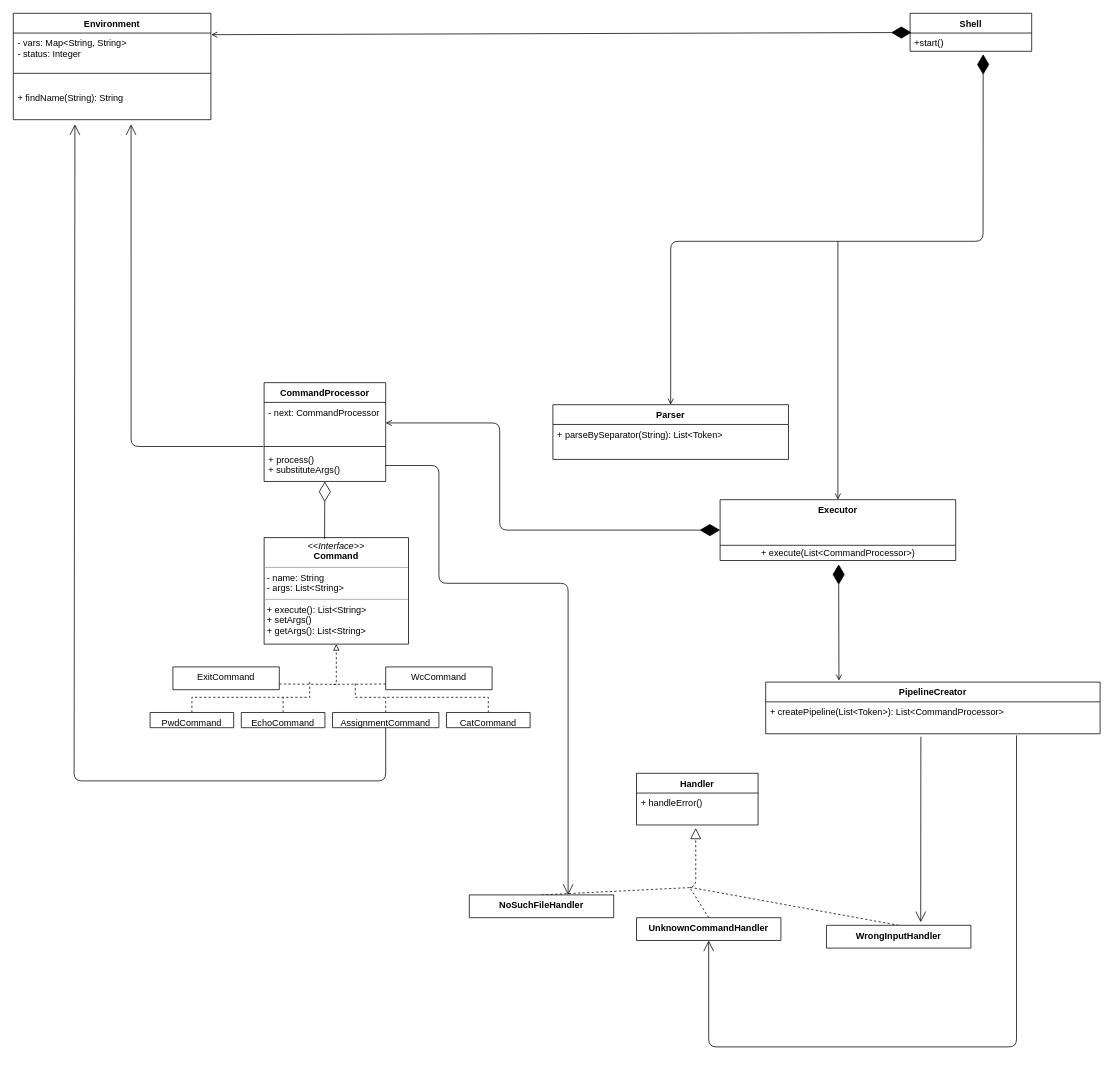
Before: Untitled Diagram.drawio in leoneed03/JB, a draw.io diagram. Source tidied: cells renumbered, new cells numbered last; positions are measured from the earlier drawing's top-left corner, leaving out a move shared by most shapes. Both pictures are drawn from the tidied source at 76%, with x=0, y=0 at pixel (13, 13).
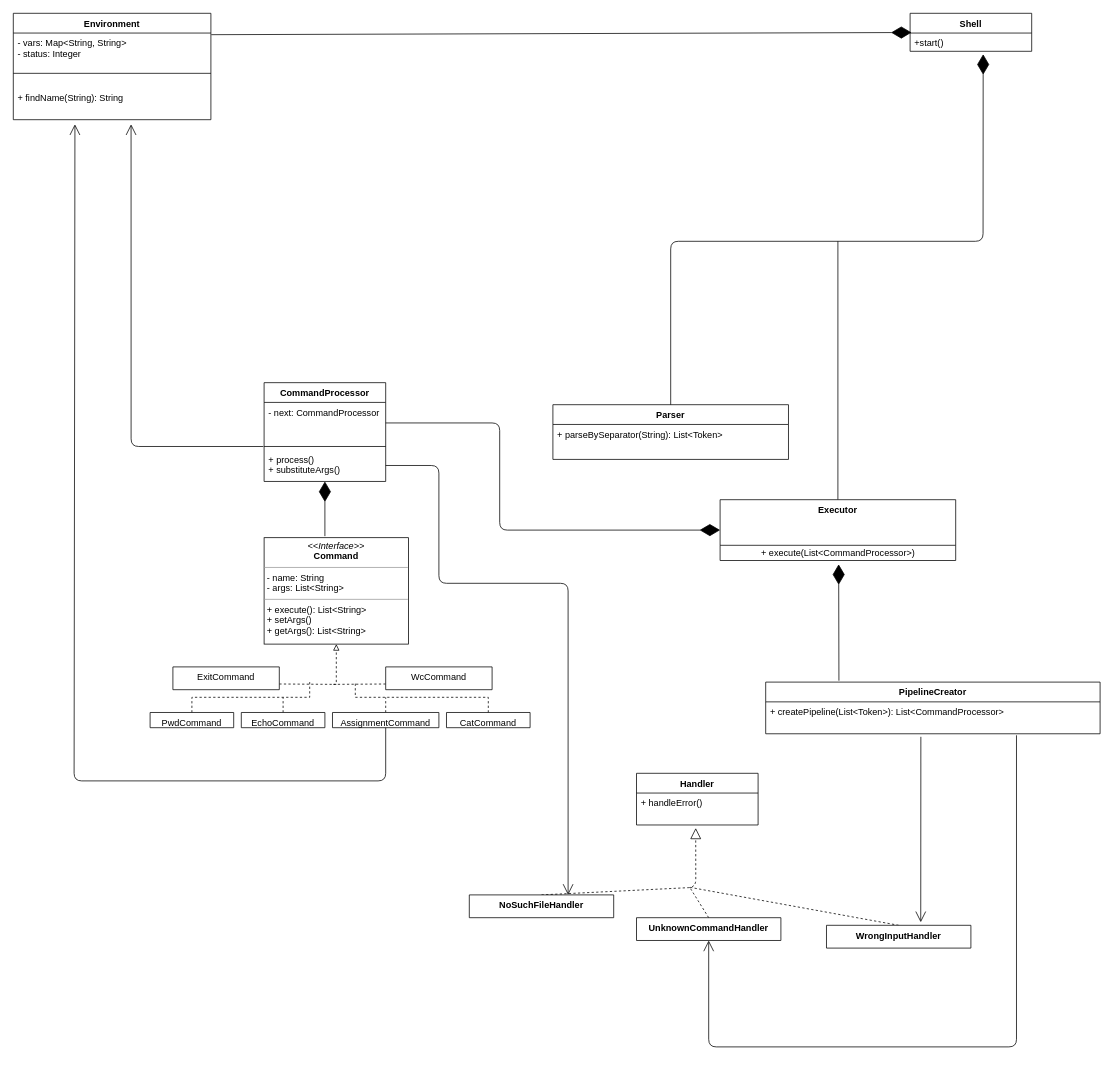
The same diagram, later.

Commit message:
fixed composition arrows and changed Command aggregation to Command composition

The change refers to these unchanged cells:
```xml
<mxCell id="3" value="+start()" style="text;strokeColor=none;fillColor=none;align=left;verticalAlign=top;spacingLeft=4;spacingRight=4;overflow=hidden;points=[[0,0.5],[1,0.5]];portConstraint=eastwest;" parent="2" vertex="1">
  <mxGeometry y="26" width="160" height="24" as="geometry" />
</mxCell>
<mxCell id="4" value="&lt;p style=&quot;margin: 0px ; margin-top: 4px ; text-align: center&quot;&gt;&lt;i&gt;&amp;lt;&amp;lt;Interface&amp;gt;&amp;gt;&lt;/i&gt;&lt;br&gt;&lt;b&gt;Command&lt;/b&gt;&lt;/p&gt;&lt;hr size=&quot;1&quot;&gt;&lt;p style=&quot;margin: 0px ; margin-left: 4px&quot;&gt;- name: String&lt;br&gt;- args: List&amp;lt;String&amp;gt;&lt;/p&gt;&lt;hr size=&quot;1&quot;&gt;&lt;p style=&quot;margin: 0px ; margin-left: 4px&quot;&gt;+ execute(): List&amp;lt;String&amp;gt;&lt;br&gt;&lt;/p&gt;&lt;p style=&quot;margin: 0px ; margin-left: 4px&quot;&gt;+ setArgs()&lt;/p&gt;&lt;p style=&quot;margin: 0px ; margin-left: 4px&quot;&gt;+ getArgs(): List&amp;lt;String&amp;gt;&lt;/p&gt;" style="verticalAlign=top;align=left;overflow=fill;fontSize=12;fontFamily=Helvetica;html=1;" parent="1" vertex="1">
  <mxGeometry x="330" y="690" width="190" height="140" as="geometry" />
</mxCell>
<mxCell id="7" value="- vars: Map&lt;String, String&gt;&#10;- status: Integer" style="text;strokeColor=none;fillColor=none;align=left;verticalAlign=top;spacingLeft=4;spacingRight=4;overflow=hidden;points=[[0,0.5],[1,0.5]];portConstraint=eastwest;" parent="6" vertex="1">
  <mxGeometry y="26" width="260" height="34" as="geometry" />
</mxCell>
<mxCell id="25" value="PipelineCreator" style="swimlane;fontStyle=1;align=center;verticalAlign=top;horizontal=1;startSize=26;" parent="1" vertex="1">
  <mxGeometry x="990" y="880" width="440" height="68" as="geometry" />
</mxCell>
<mxCell id="29" value="- next: CommandProcessor&#10;&#10;&#10;&#10;&#10;" style="text;strokeColor=none;fillColor=none;align=left;verticalAlign=top;spacingLeft=4;spacingRight=4;overflow=hidden;points=[[0,0.5],[1,0.5]];portConstraint=eastwest;" parent="28" vertex="1">
  <mxGeometry y="26" width="160" height="54" as="geometry" />
</mxCell>
<mxCell id="31" value="+ process()&#10;+ substituteArgs()" style="text;strokeColor=none;fillColor=none;align=left;verticalAlign=top;spacingLeft=4;spacingRight=4;overflow=hidden;points=[[0,0.5],[1,0.5]];portConstraint=eastwest;" parent="28" vertex="1">
  <mxGeometry y="88" width="160" height="42" as="geometry" />
</mxCell>
<mxCell id="46" value="Executor" style="swimlane;fontStyle=1;align=center;verticalAlign=top;horizontal=1;startSize=60;" parent="1" vertex="1">
  <mxGeometry x="930" y="640" width="310" height="80" as="geometry" />
</mxCell>
<mxCell id="47" value="&lt;span style=&quot;text-align: left&quot;&gt;+ execute(List&amp;lt;CommandProcessor&amp;gt;)&lt;/span&gt;" style="text;html=1;align=center;verticalAlign=middle;points=[];" parent="46" vertex="1">
  <mxGeometry y="60" width="310" height="20" as="geometry" />
</mxCell>
```

The edit, as a diff of the source:
```diff
@@
-    <mxCell id="27" style="endArrow=diamondThin;endFill=0;endSize=24;html=1;exitX=0.419;exitY=0.01;exitDx=0;exitDy=0;exitPerimeter=0;" parent="1" edge="1" source="4" target="31">
-      <mxGeometry relative="1" as="geometry" />
-    </mxCell>
@@
-    <mxCell id="43" style="endArrow=diamondThin;endFill=1;endSize=24;html=1;exitX=1.002;exitY=0.063;exitDx=0;exitDy=0;exitPerimeter=0;entryX=0.012;entryY=-0.03;entryDx=0;entryDy=0;entryPerimeter=0;startArrow=open;startFill=0;" parent="1" edge="1" source="7" target="3">
+    <mxCell id="43" style="endArrow=diamondThin;endFill=1;endSize=24;html=1;exitX=1.002;exitY=0.063;exitDx=0;exitDy=0;exitPerimeter=0;entryX=0.012;entryY=-0.03;entryDx=0;entryDy=0;entryPerimeter=0;startArrow=none;startFill=0;" parent="1" edge="1" source="7" target="3">
       <mxGeometry relative="1" as="geometry" />
     </mxCell>
-    <mxCell id="44" style="endArrow=diamondThin;endFill=1;endSize=24;html=1;entryX=0.601;entryY=1.161;entryDx=0;entryDy=0;entryPerimeter=0;startArrow=open;startFill=0;" parent="1" edge="1" target="3">
+    <mxCell id="44" style="endArrow=diamondThin;endFill=1;endSize=24;html=1;entryX=0.601;entryY=1.161;entryDx=0;entryDy=0;entryPerimeter=0;startArrow=none;startFill=0;" parent="1" edge="1" target="3">
       <mxGeometry relative="1" as="geometry">
         <mxPoint x="865" y="515" as="sourcePoint" />
         <Array as="points">
           <mxPoint x="865" y="300" />
           <mxPoint x="1276" y="300" />
         </Array>
       </mxGeometry>
     </mxCell>
-    <mxCell id="45" style="endArrow=none;html=1;startArrow=open;startFill=0;" parent="1" edge="1" source="46">
+    <mxCell id="45" style="endArrow=none;html=1;startArrow=none;startFill=0;" parent="1" edge="1" source="46">
       <mxGeometry relative="1" as="geometry">
         <mxPoint x="1085" y="300" as="targetPoint" />
       </mxGeometry>
     </mxCell>
@@
-    <mxCell id="48" style="endArrow=diamondThin;endFill=1;endSize=24;html=1;entryX=0.504;entryY=1.264;entryDx=0;entryDy=0;entryPerimeter=0;exitX=0.219;exitY=-0.027;exitDx=0;exitDy=0;exitPerimeter=0;startArrow=open;startFill=0;" parent="1" edge="1" source="25" target="47">
+    <mxCell id="48" style="endArrow=diamondThin;endFill=1;endSize=24;html=1;entryX=0.504;entryY=1.264;entryDx=0;entryDy=0;entryPerimeter=0;exitX=0.219;exitY=-0.027;exitDx=0;exitDy=0;exitPerimeter=0;startArrow=none;startFill=0;" parent="1" edge="1" source="25" target="47">
       <mxGeometry relative="1" as="geometry">
         <Array as="points">
           <mxPoint x="1086" y="725" />
         </Array>
       </mxGeometry>
     </mxCell>
-    <mxCell id="49" style="endArrow=diamondThin;endFill=1;endSize=24;html=1;entryX=0;entryY=0.5;entryDx=0;entryDy=0;exitX=1;exitY=0.5;exitDx=0;exitDy=0;startArrow=open;startFill=0;" parent="1" edge="1" source="29" target="46">
+    <mxCell id="49" style="endArrow=diamondThin;endFill=1;endSize=24;html=1;entryX=0;entryY=0.5;entryDx=0;entryDy=0;exitX=1;exitY=0.5;exitDx=0;exitDy=0;startArrow=none;startFill=0;" parent="1" edge="1" source="29" target="46">
       <mxGeometry relative="1" as="geometry">
         <Array as="points">
           <mxPoint x="640" y="539" />
           <mxPoint x="640" y="680" />
         </Array>
       </mxGeometry>
     </mxCell>
+    <mxCell id="50" style="endArrow=diamondThin;endFill=1;endSize=24;html=1;startArrow=none;startFill=0;" parent="1" edge="1" target="31">
+      <mxGeometry relative="1" as="geometry">
+        <mxPoint x="410" y="688" as="sourcePoint" />
+      </mxGeometry>
+    </mxCell>
```
